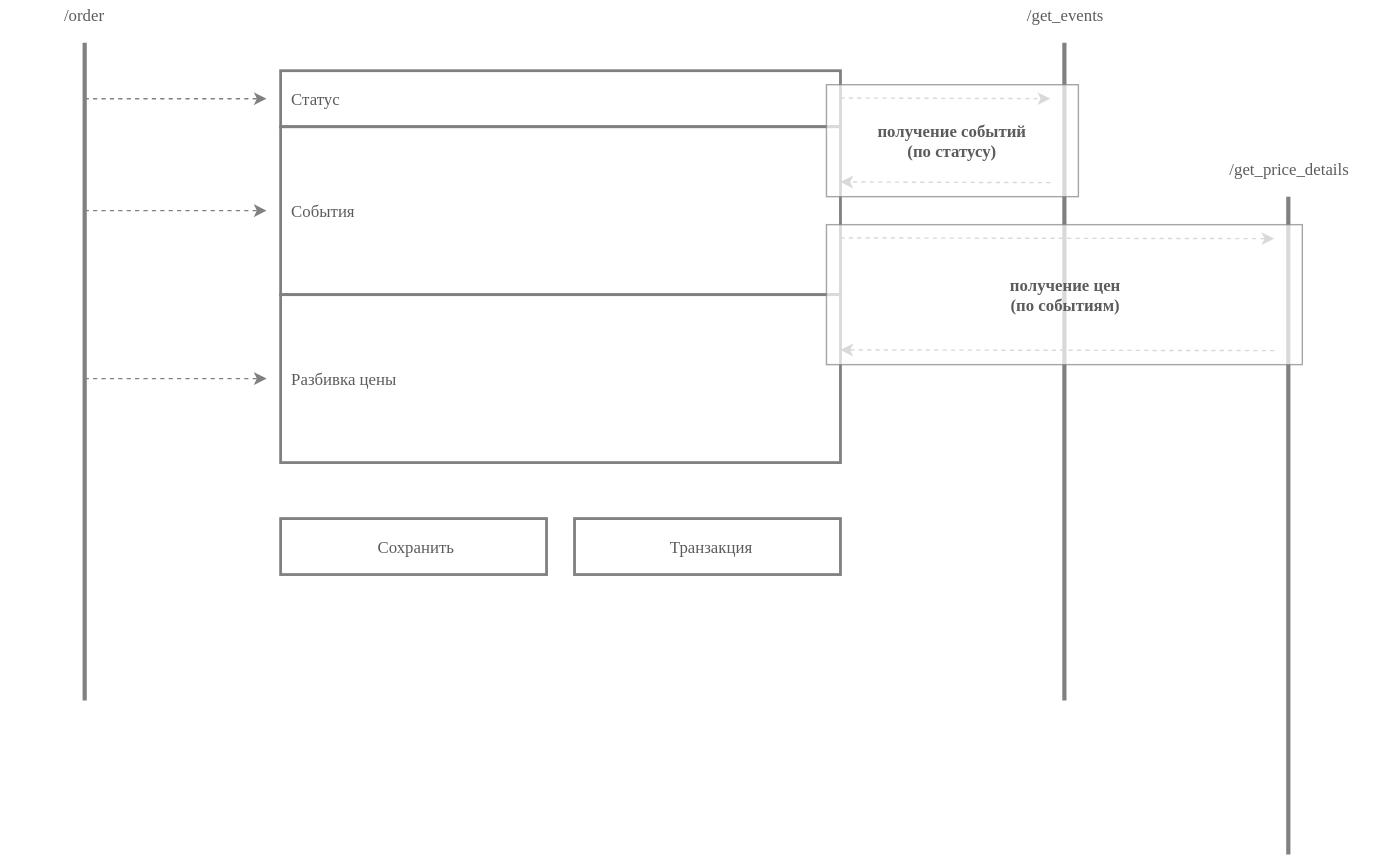
Above: calc.svg in ajile/draw-io (draw.io), before the change. Source tidied: cells renumbered, new cells last; positions are measured from the earlier drawing's top-left corner, leaving out a move shared by most shapes. The source it was exported from:
```xml
<mxGraphModel background="#ffffff">
  <root>
    <mxCell id="0" />
    <mxCell id="1" parent="0" />
    <mxCell id="2" value="Статус" style="rounded=0;whiteSpace=wrap;html=1;shadow=0;strokeColor=#808080;strokeWidth=2;fillColor=none;gradientColor=none;fontFamily=Verdana;fontSize=12;fontColor=#5C5C5C;align=left;spacingLeft=5;" parent="1" vertex="1">
      <mxGeometry x="200" y="50" width="400" height="40" as="geometry" />
    </mxCell>
    <mxCell id="3" value="События" style="rounded=0;whiteSpace=wrap;html=1;shadow=0;strokeColor=#808080;strokeWidth=2;fillColor=none;gradientColor=none;fontFamily=Verdana;fontSize=12;fontColor=#5C5C5C;align=left;spacingLeft=5;" parent="1" vertex="1">
      <mxGeometry x="200" y="90" width="400" height="120" as="geometry" />
    </mxCell>
    <mxCell id="4" value="Разбивка цены&lt;br&gt;" style="rounded=0;whiteSpace=wrap;html=1;shadow=0;strokeColor=#808080;strokeWidth=2;fillColor=none;gradientColor=none;fontFamily=Verdana;fontSize=12;fontColor=#5C5C5C;align=left;spacingLeft=5;" parent="1" vertex="1">
      <mxGeometry x="200" y="210" width="400" height="120" as="geometry" />
    </mxCell>
    <mxCell id="5" style="endArrow=classic;html=1;labelBackgroundColor=none;strokeColor=#808080;strokeWidth=1;fontFamily=Verdana;fontSize=12;fontColor=#5C5C5C;dashed=1;" parent="1" edge="1">
      <mxGeometry relative="1" as="geometry">
        <mxPoint x="60" y="70" as="sourcePoint" />
        <mxPoint x="190" y="70" as="targetPoint" />
      </mxGeometry>
    </mxCell>
    <mxCell id="6" style="endArrow=classic;html=1;labelBackgroundColor=none;strokeColor=#808080;strokeWidth=1;fontFamily=Verdana;fontSize=12;fontColor=#5C5C5C;dashed=1;" parent="1" edge="1">
      <mxGeometry relative="1" as="geometry">
        <mxPoint x="60" y="150" as="sourcePoint" />
        <mxPoint x="190" y="150" as="targetPoint" />
      </mxGeometry>
    </mxCell>
    <mxCell id="7" style="endArrow=classic;html=1;labelBackgroundColor=none;strokeColor=#808080;strokeWidth=1;fontFamily=Verdana;fontSize=12;fontColor=#5C5C5C;dashed=1;" parent="1" edge="1">
      <mxGeometry relative="1" as="geometry">
        <mxPoint x="60" y="270" as="sourcePoint" />
        <mxPoint x="190" y="270" as="targetPoint" />
      </mxGeometry>
    </mxCell>
    <mxCell id="8" value="Сохранить" style="rounded=0;whiteSpace=wrap;html=1;shadow=0;strokeColor=#808080;strokeWidth=2;fillColor=none;gradientColor=none;fontFamily=Verdana;fontSize=12;fontColor=#5C5C5C;align=center;spacingLeft=5;" parent="1" vertex="1">
      <mxGeometry x="200" y="370" width="190" height="40" as="geometry" />
    </mxCell>
    <mxCell id="9" value="Транзакция" style="rounded=0;whiteSpace=wrap;html=1;shadow=0;strokeColor=#808080;strokeWidth=2;fillColor=none;gradientColor=none;fontFamily=Verdana;fontSize=12;fontColor=#5C5C5C;align=center;spacingLeft=5;" parent="1" vertex="1">
      <mxGeometry x="410" y="370" width="190" height="40" as="geometry" />
    </mxCell>
    <mxCell id="10" style="group;" parent="1" vertex="1">
      <mxGeometry width="120" height="500" as="geometry" />
    </mxCell>
    <mxCell id="11" value="/order" style="text;html=1;strokeColor=none;fillColor=none;align=center;verticalAlign=middle;whiteSpace=wrap;rounded=0;shadow=0;fontFamily=Verdana;fontSize=12;fontColor=#5C5C5C;" parent="10" vertex="1">
      <mxGeometry width="120" height="20" as="geometry" />
    </mxCell>
    <mxCell id="12" style="endArrow=none;html=1;labelBackgroundColor=none;strokeColor=#808080;strokeWidth=3;fontFamily=Verdana;fontSize=12;fontColor=#5C5C5C;" parent="10" edge="1">
      <mxGeometry relative="1" as="geometry">
        <mxPoint x="60" y="500" as="sourcePoint" />
        <mxPoint x="60" y="30" as="targetPoint" />
      </mxGeometry>
    </mxCell>
    <mxCell id="13" style="group;" parent="1" vertex="1">
      <mxGeometry x="700" width="120" height="500" as="geometry" />
    </mxCell>
    <mxCell id="14" value="/get_events" style="text;html=1;strokeColor=none;fillColor=none;align=center;verticalAlign=middle;whiteSpace=wrap;rounded=0;shadow=0;fontFamily=Verdana;fontSize=12;fontColor=#5C5C5C;" parent="13" vertex="1">
      <mxGeometry width="120" height="20" as="geometry" />
    </mxCell>
    <mxCell id="15" style="endArrow=none;html=1;labelBackgroundColor=none;strokeColor=#808080;strokeWidth=3;fontFamily=Verdana;fontSize=12;fontColor=#5C5C5C;" parent="13" edge="1">
      <mxGeometry relative="1" as="geometry">
        <mxPoint x="60" y="500" as="sourcePoint" />
        <mxPoint x="60" y="30" as="targetPoint" />
      </mxGeometry>
    </mxCell>
    <mxCell id="16" style="endArrow=classic;html=1;labelBackgroundColor=none;strokeColor=#808080;strokeWidth=1;fontFamily=Verdana;fontSize=12;fontColor=#5C5C5C;dashed=1;" parent="1" edge="1">
      <mxGeometry relative="1" as="geometry">
        <mxPoint x="600" y="69.5" as="sourcePoint" />
        <mxPoint x="750" y="70" as="targetPoint" />
      </mxGeometry>
    </mxCell>
    <mxCell id="17" style="endArrow=classic;html=1;labelBackgroundColor=none;strokeColor=#808080;strokeWidth=1;fontFamily=Verdana;fontSize=12;fontColor=#5C5C5C;dashed=1;" parent="1" edge="1">
      <mxGeometry relative="1" as="geometry">
        <mxPoint x="750" y="130" as="sourcePoint" />
        <mxPoint x="600" y="129.5" as="targetPoint" />
      </mxGeometry>
    </mxCell>
    <mxCell id="18" style="endArrow=classic;html=1;labelBackgroundColor=none;strokeColor=#808080;strokeWidth=1;fontFamily=Verdana;fontSize=12;fontColor=#5C5C5C;dashed=1;" parent="1" edge="1">
      <mxGeometry relative="1" as="geometry">
        <mxPoint x="600" y="169.5" as="sourcePoint" />
        <mxPoint x="910" y="170" as="targetPoint" />
      </mxGeometry>
    </mxCell>
    <mxCell id="19" style="endArrow=classic;html=1;labelBackgroundColor=none;strokeColor=#808080;strokeWidth=1;fontFamily=Verdana;fontSize=12;fontColor=#5C5C5C;dashed=1;" parent="1" edge="1">
      <mxGeometry relative="1" as="geometry">
        <mxPoint x="910" y="250" as="sourcePoint" />
        <mxPoint x="600" y="249.5" as="targetPoint" />
      </mxGeometry>
    </mxCell>
    <mxCell id="20" value="получение событий&lt;br&gt;(по статусу)&lt;br&gt;" style="rounded=0;whiteSpace=wrap;html=1;shadow=0;strokeColor=#808080;strokeWidth=1;fillColor=#ffffff;gradientColor=none;fontFamily=Verdana;fontSize=12;fontColor=#5C5C5C;align=center;opacity=70;fontStyle=1;" parent="1" vertex="1">
      <mxGeometry x="590" y="60" width="180" height="80" as="geometry" />
    </mxCell>
    <mxCell id="21" style="group;" parent="1" vertex="1">
      <mxGeometry x="860" y="110" width="120" height="500" as="geometry" />
    </mxCell>
    <mxCell id="22" value="/get_price_details" style="text;html=1;strokeColor=none;fillColor=none;align=center;verticalAlign=middle;whiteSpace=wrap;rounded=0;shadow=0;fontFamily=Verdana;fontSize=12;fontColor=#5C5C5C;" parent="21" vertex="1">
      <mxGeometry width="120" height="20" as="geometry" />
    </mxCell>
    <mxCell id="23" style="endArrow=none;html=1;labelBackgroundColor=none;strokeColor=#808080;strokeWidth=3;fontFamily=Verdana;fontSize=12;fontColor=#5C5C5C;" parent="21" edge="1">
      <mxGeometry relative="1" as="geometry">
        <mxPoint x="60" y="500" as="sourcePoint" />
        <mxPoint x="60" y="30" as="targetPoint" />
      </mxGeometry>
    </mxCell>
    <mxCell id="24" value="получение цен&lt;br&gt;(по событиям)&lt;br&gt;" style="rounded=0;whiteSpace=wrap;html=1;shadow=0;strokeColor=#808080;strokeWidth=1;fillColor=#ffffff;gradientColor=none;fontFamily=Verdana;fontSize=12;fontColor=#5C5C5C;align=center;opacity=70;fontStyle=1;" parent="1" vertex="1">
      <mxGeometry x="590" y="160" width="340" height="100" as="geometry" />
    </mxCell>
  </root>
</mxGraphModel>
```
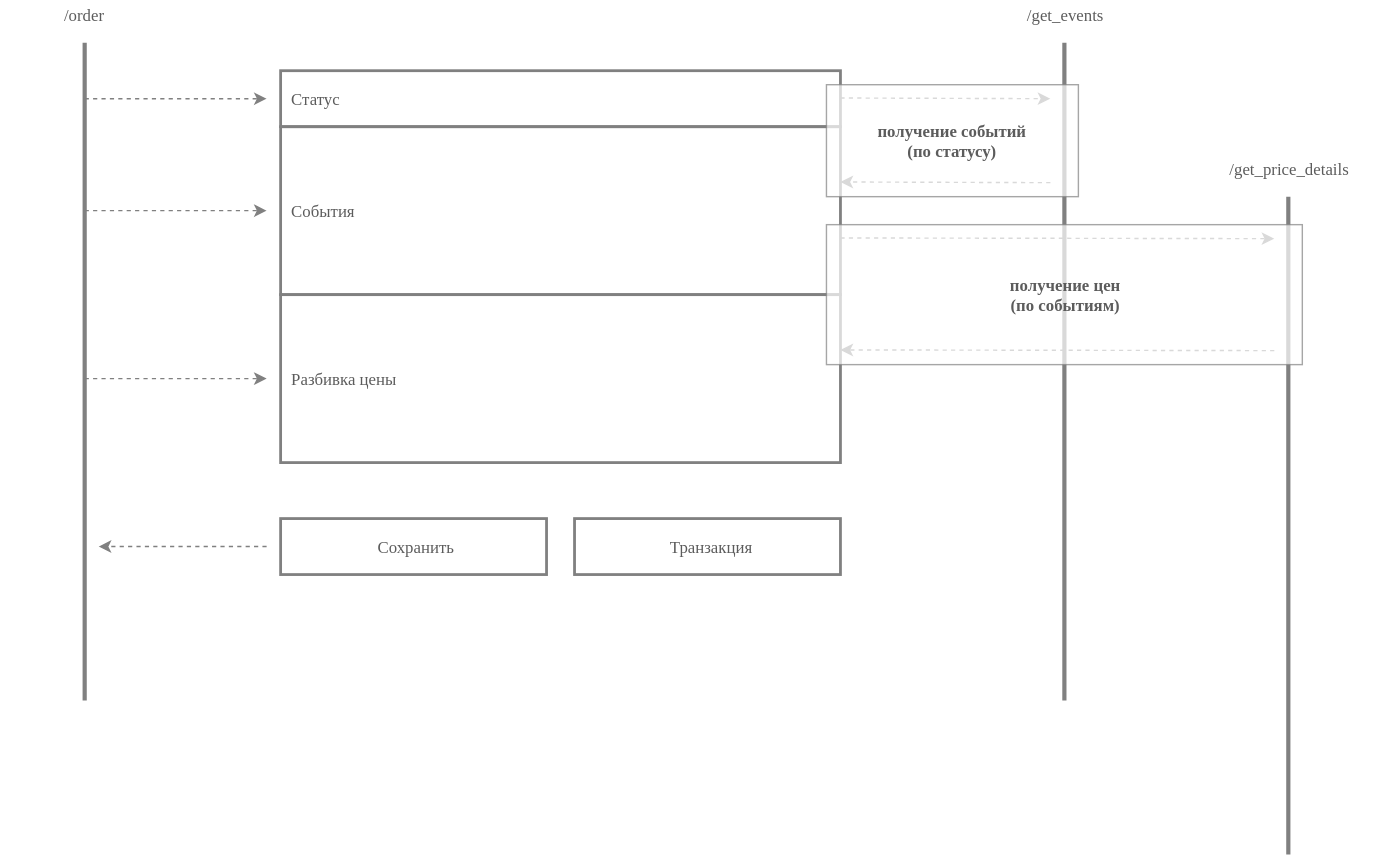
The same diagram one commit later.

Diff of the diagram source:
```diff
@@ -101,5 +101,11 @@
     <mxCell id="24" value="получение цен&lt;br&gt;(по событиям)&lt;br&gt;" style="rounded=0;whiteSpace=wrap;html=1;shadow=0;strokeColor=#808080;strokeWidth=1;fillColor=#ffffff;gradientColor=none;fontFamily=Verdana;fontSize=12;fontColor=#5C5C5C;align=center;opacity=70;fontStyle=1;" parent="1" vertex="1">
       <mxGeometry x="590" y="160" width="340" height="100" as="geometry" />
     </mxCell>
+    <mxCell id="25" style="endArrow=classic;html=1;labelBackgroundColor=none;strokeColor=#808080;strokeWidth=1;fontFamily=Verdana;fontSize=12;fontColor=#5C5C5C;dashed=1;" parent="1" edge="1">
+      <mxGeometry relative="1" as="geometry">
+        <mxPoint x="190" y="390" as="sourcePoint" />
+        <mxPoint x="70" y="390" as="targetPoint" />
+      </mxGeometry>
+    </mxCell>
   </root>
 </mxGraphModel>
```
